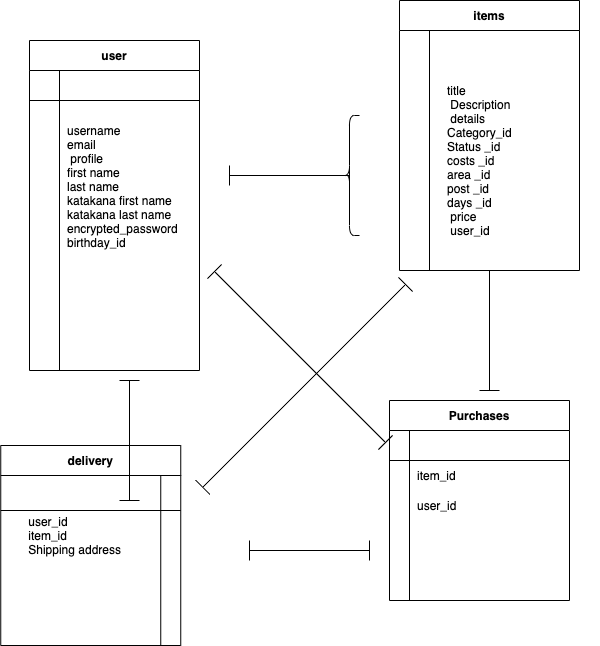
Earlier version of the draw.io export er.drawio.png (abetatsu5466/furima-35389). Source tidied: cells renumbered, new cells last; positions are measured from the earlier drawing's top-left corner, leaving out a move shared by most shapes.
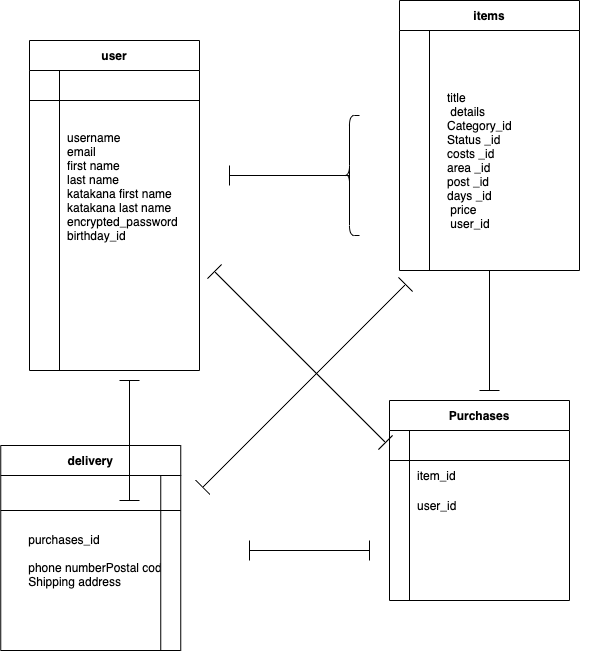
After the commit.

Diff of the diagram source:
```diff
@@ -128,7 +128,7 @@
     <mxCell id="43" style="shape=partialRectangle;fillColor=none;top=0;left=0;bottom=0;right=0;align=left;spacingLeft=6;overflow=hidden;" parent="41" vertex="1">
       <mxGeometry x="30" width="150" height="30" as="geometry" />
     </mxCell>
-    <mxCell id="44" value="username&#10;email&#10; profile &#10;first name&#10;last name&#10;katakana first name&#10; katakana last name&#10;encrypted_password&#10;birthday_id &#10;&#10;" style="shape=partialRectangle;fillColor=none;top=0;left=0;bottom=0;right=0;align=left;spacingLeft=6;overflow=hidden;" parent="1" vertex="1">
+    <mxCell id="44" value="username&#10;email&#10;first name&#10;last name&#10;katakana first name&#10; katakana last name&#10;encrypted_password&#10;birthday_id &#10;&#10;" style="shape=partialRectangle;fillColor=none;top=0;left=0;bottom=0;right=0;align=left;spacingLeft=6;overflow=hidden;" parent="1" vertex="1">
       <mxGeometry x="59" y="110" width="150" height="180" as="geometry" />
     </mxCell>
     <mxCell id="45" style="shape=crossbar;whiteSpace=wrap;html=1;rounded=1;" parent="1" vertex="1">
@@ -143,14 +143,14 @@
     <mxCell id="48" style="shape=partialRectangle;fillColor=none;top=0;left=0;bottom=0;right=0;align=left;spacingLeft=6;overflow=hidden;" parent="1" vertex="1">
       <mxGeometry x="369" y="530" width="160" height="30" as="geometry" />
     </mxCell>
-    <mxCell id="49" value="user_id&#10;item_id&#10;Shipping address" style="shape=partialRectangle;fillColor=none;top=0;left=0;bottom=0;right=0;align=left;spacingLeft=6;overflow=hidden;" parent="1" vertex="1">
-      <mxGeometry x="20.2" y="490" width="140" height="90" as="geometry" />
+    <mxCell id="49" value="purchases_id&#10;&#10;phone numberPostal code&#10;Shipping address" style="shape=partialRectangle;fillColor=none;top=0;left=0;bottom=0;right=0;align=left;spacingLeft=6;overflow=hidden;" parent="1" vertex="1">
+      <mxGeometry x="20.2" y="490" width="140" height="140" as="geometry" />
     </mxCell>
     <mxCell id="50" style="shape=partialRectangle;fillColor=none;top=0;left=0;bottom=0;right=0;align=left;spacingLeft=6;overflow=hidden;" parent="1" vertex="1">
       <mxGeometry x="429" y="205" width="140" height="30" as="geometry" />
     </mxCell>
     <mxCell id="51" value="delivery" style="shape=table;startSize=30;rowLines=0;fontStyle=1;align=center;" parent="1" vertex="1">
-      <mxGeometry x="0.2" y="445" width="180" height="200" as="geometry" />
+      <mxGeometry x="0.2" y="445" width="180" height="205" as="geometry" />
     </mxCell>
     <mxCell id="52" style="shape=partialRectangle;fillColor=none;top=0;left=0;bottom=1;right=0;" parent="51" vertex="1">
       <mxGeometry y="30" width="180" height="35" as="geometry" />
@@ -162,13 +162,13 @@
       <mxGeometry x="160" width="20" height="35" as="geometry" />
     </mxCell>
     <mxCell id="55" style="shape=partialRectangle;fillColor=none;top=0;left=0;bottom=0;right=0;" parent="51" vertex="1">
-      <mxGeometry y="65" width="180" height="25" as="geometry" />
+      <mxGeometry y="65" width="180" height="30" as="geometry" />
     </mxCell>
     <mxCell id="56" style="shape=partialRectangle;fillColor=none;top=0;left=0;bottom=0;right=0;overflow=hidden;" parent="55" vertex="1">
-      <mxGeometry width="160" height="25" as="geometry" />
+      <mxGeometry width="160" height="30" as="geometry" />
     </mxCell>
     <mxCell id="57" style="shape=partialRectangle;fillColor=none;top=0;left=0;bottom=0;right=0;align=left;spacingLeft=6;overflow=hidden;" parent="55" vertex="1">
-      <mxGeometry x="160" width="20" height="25" as="geometry" />
+      <mxGeometry x="160" width="20" height="30" as="geometry" />
     </mxCell>
     <mxCell id="58" style="edgeStyle=orthogonalEdgeStyle;rounded=0;orthogonalLoop=1;jettySize=auto;html=1;exitX=0.5;exitY=1;exitDx=0;exitDy=0;" parent="1" edge="1">
       <mxGeometry relative="1" as="geometry">
@@ -176,7 +176,7 @@
         <mxPoint x="514" y="265" as="targetPoint" />
       </mxGeometry>
     </mxCell>
-    <mxCell id="59" value="title &#10; Description &#10; details &#10;Category_id &#10;Status _id&#10;costs _id&#10;area _id&#10;post _id&#10;days _id&#10; price  &#10; user_id " style="shape=partialRectangle;fillColor=none;top=0;left=0;bottom=0;right=0;align=left;spacingLeft=6;overflow=hidden;" parent="1" vertex="1">
+    <mxCell id="59" value="title  &#10; details &#10;Category_id &#10;Status _id&#10;costs _id&#10;area _id&#10;post _id&#10;days _id&#10; price  &#10; user_id " style="shape=partialRectangle;fillColor=none;top=0;left=0;bottom=0;right=0;align=left;spacingLeft=6;overflow=hidden;" parent="1" vertex="1">
       <mxGeometry x="439" y="60" width="160" height="200" as="geometry" />
     </mxCell>
     <mxCell id="60" style="shape=crossbar;whiteSpace=wrap;html=1;rounded=1;" parent="1" vertex="1">
```
